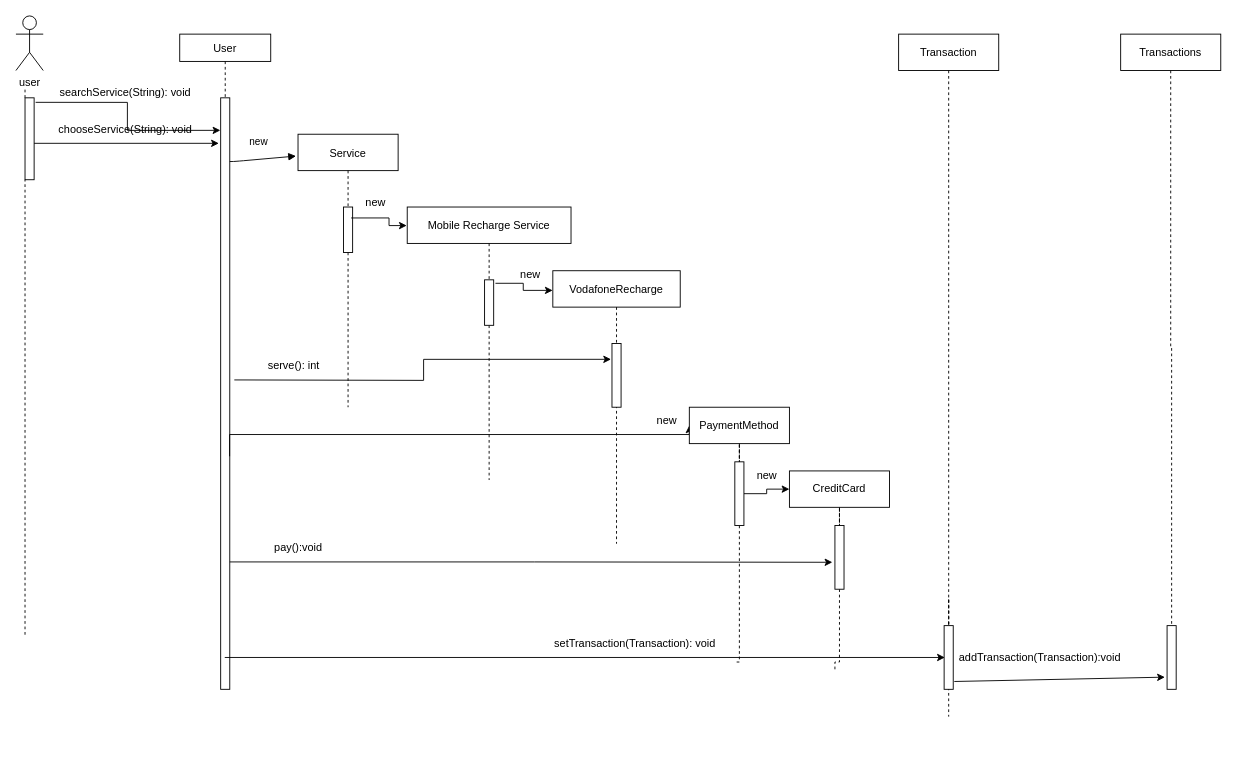
TheGhost025/Fawry-System keeps this draw.io diagram as serveRechargeSequence.drawio. Above is the earlier version. Source tidied: cells renumbered, new cells numbered last; positions are measured from the earlier drawing's top-left corner, leaving out a move shared by most shapes. Both pictures are drawn from the tidied source at 91%, with x=0, y=0 at pixel (15, 15).
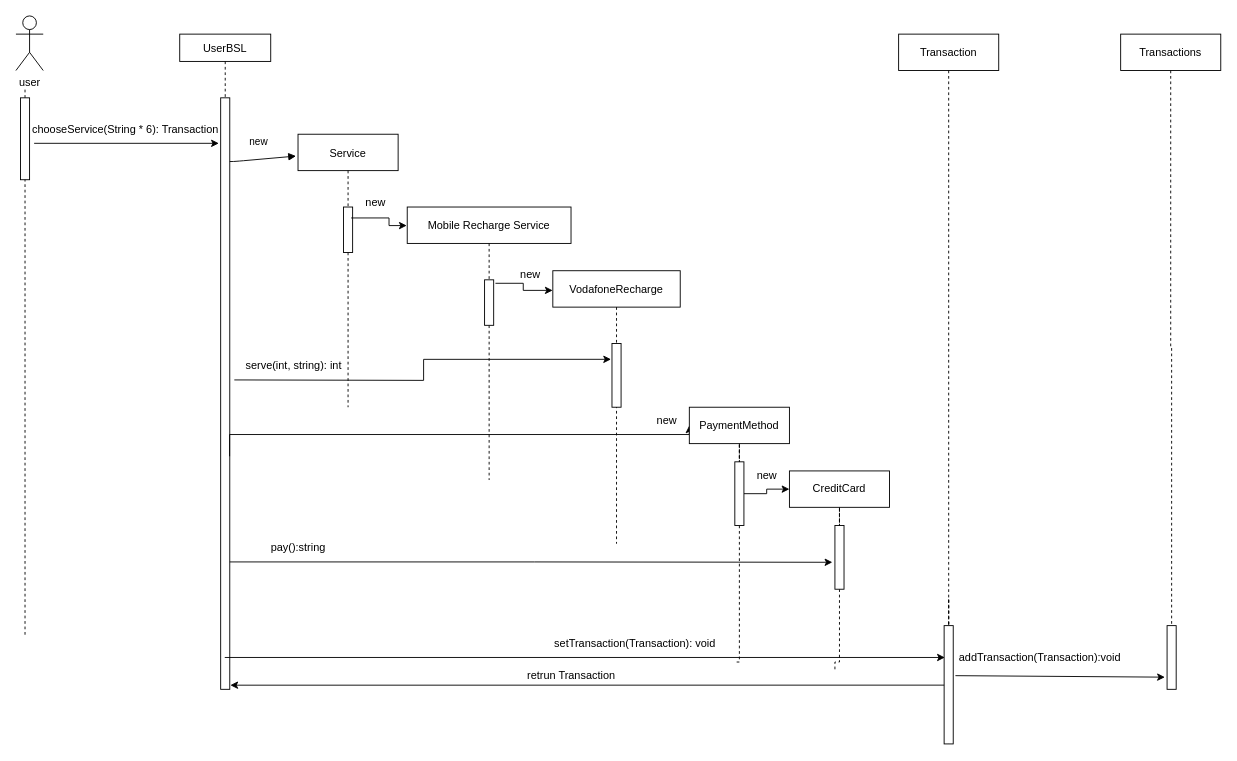
The same diagram, later.

Unchanged cells that the change refers to:
```xml
<mxCell id="3" style="points=[];perimeter=orthogonalPerimeter;rounded=0;shadow=0;strokeWidth=1;" parent="2" vertex="1">
  <mxGeometry x="45" y="70" width="10" height="650" as="geometry" />
</mxCell>
<mxCell id="44" style="points=[];perimeter=orthogonalPerimeter;rounded=0;shadow=0;strokeWidth=1;" parent="1" vertex="1">
  <mxGeometry x="1265" y="670" width="10" height="70" as="geometry" />
</mxCell>
```

The edit, as a diff of the source:
```diff
@@
-    <mxCell id="2" value="User" style="shape=umlLifeline;perimeter=lifelinePerimeter;rounded=0;shadow=0;strokeWidth=1;size=30;" parent="1" vertex="1">
+    <mxCell id="2" value="UserBSL" style="shape=umlLifeline;perimeter=lifelinePerimeter;rounded=0;shadow=0;strokeWidth=1;size=30;" parent="1" vertex="1">
       <mxGeometry x="180" y="20" width="100" height="720" as="geometry" />
     </mxCell>
@@
-    <mxCell id="16" value="searchService(String): void" style="text;html=1;align=center;verticalAlign=middle;strokeColor=none;fillColor=none;" parent="1" vertex="1">
-      <mxGeometry x="40" y="75" width="160" height="20" as="geometry" />
-    </mxCell>
@@
-    <mxCell id="19" style="edgeStyle=orthogonalEdgeStyle;rounded=0;jettySize=auto;html=1;entryX=-0.031;entryY=0.055;entryDx=0;entryDy=0;entryPerimeter=0;exitX=1.166;exitY=0.055;exitDx=0;exitDy=0;exitPerimeter=0;" parent="1" edge="1" source="21" target="3">
-      <mxGeometry relative="1" as="geometry" />
-    </mxCell>
@@
     <mxCell id="21" style="points=[];perimeter=orthogonalPerimeter;rounded=0;shadow=0;strokeWidth=1;" parent="1" vertex="1">
-      <mxGeometry x="10" y="90" width="10" height="90" as="geometry" />
+      <mxGeometry x="5" y="90" width="10" height="90" as="geometry" />
     </mxCell>
@@
-    <mxCell id="24" value="chooseService(String): void" style="text;html=1;align=center;verticalAlign=middle;strokeColor=none;fillColor=none;" parent="1" vertex="1">
-      <mxGeometry x="40" y="115" width="160" height="20" as="geometry" />
+    <mxCell id="24" value="chooseService(String * 6): Transaction" style="text;html=1;align=center;verticalAlign=middle;strokeColor=none;fillColor=none;" parent="1" vertex="1">
+      <mxGeometry x="5" y="110" width="230" height="30" as="geometry" />
     </mxCell>
-    <mxCell id="25" value="serve(): int" style="text;html=1;align=center;verticalAlign=middle;strokeColor=none;fillColor=none;" parent="1" vertex="1">
-      <mxGeometry x="270" y="375" width="70" height="20" as="geometry" />
+    <mxCell id="25" value="serve(int, string): int" style="text;html=1;align=center;verticalAlign=middle;strokeColor=none;fillColor=none;" parent="1" vertex="1">
+      <mxGeometry x="240" y="370" width="130" height="30" as="geometry" />
     </mxCell>
@@
-    <mxCell id="33" value="pay():void" style="text;html=1;align=center;verticalAlign=middle;strokeColor=none;fillColor=none;" parent="1" vertex="1">
+    <mxCell id="33" value="pay():string" style="text;html=1;align=center;verticalAlign=middle;strokeColor=none;fillColor=none;" parent="1" vertex="1">
       <mxGeometry x="270" y="570" width="80" height="30" as="geometry" />
     </mxCell>
@@
     <mxCell id="41" style="points=[];perimeter=orthogonalPerimeter;rounded=0;shadow=0;strokeWidth=1;" parent="1" vertex="1">
-      <mxGeometry x="1020" y="670" width="10" height="70" as="geometry" />
+      <mxGeometry x="1020" y="670" width="10" height="130" as="geometry" />
     </mxCell>
@@
-    <mxCell id="46" style="endArrow=classic;html=1;entryX=-0.24;entryY=0.809;entryDx=0;entryDy=0;entryPerimeter=0;exitX=1.12;exitY=0.877;exitDx=0;exitDy=0;exitPerimeter=0;" parent="1" edge="1" source="41" target="44">
+    <mxCell id="46" style="endArrow=classic;html=1;entryX=-0.24;entryY=0.809;entryDx=0;entryDy=0;entryPerimeter=0;exitX=1.24;exitY=0.423;exitDx=0;exitDy=0;exitPerimeter=0;" parent="1" edge="1" source="41" target="44">
       <mxGeometry relative="1" as="geometry" />
     </mxCell>
@@
+    <mxCell id="50" style="endArrow=classic;html=1;rounded=0;exitX=0;exitY=0.503;exitDx=0;exitDy=0;exitPerimeter=0;entryX=1.06;entryY=0.993;entryDx=0;entryDy=0;entryPerimeter=0;" parent="1" edge="1" source="41" target="3">
+      <mxGeometry relative="1" as="geometry" />
+    </mxCell>
+    <mxCell id="51" value="retrun Transaction" style="text;html=1;align=center;verticalAlign=middle;strokeColor=none;fillColor=none;" parent="1" vertex="1">
+      <mxGeometry x="550" y="710" width="120" height="30" as="geometry" />
+    </mxCell>
```
